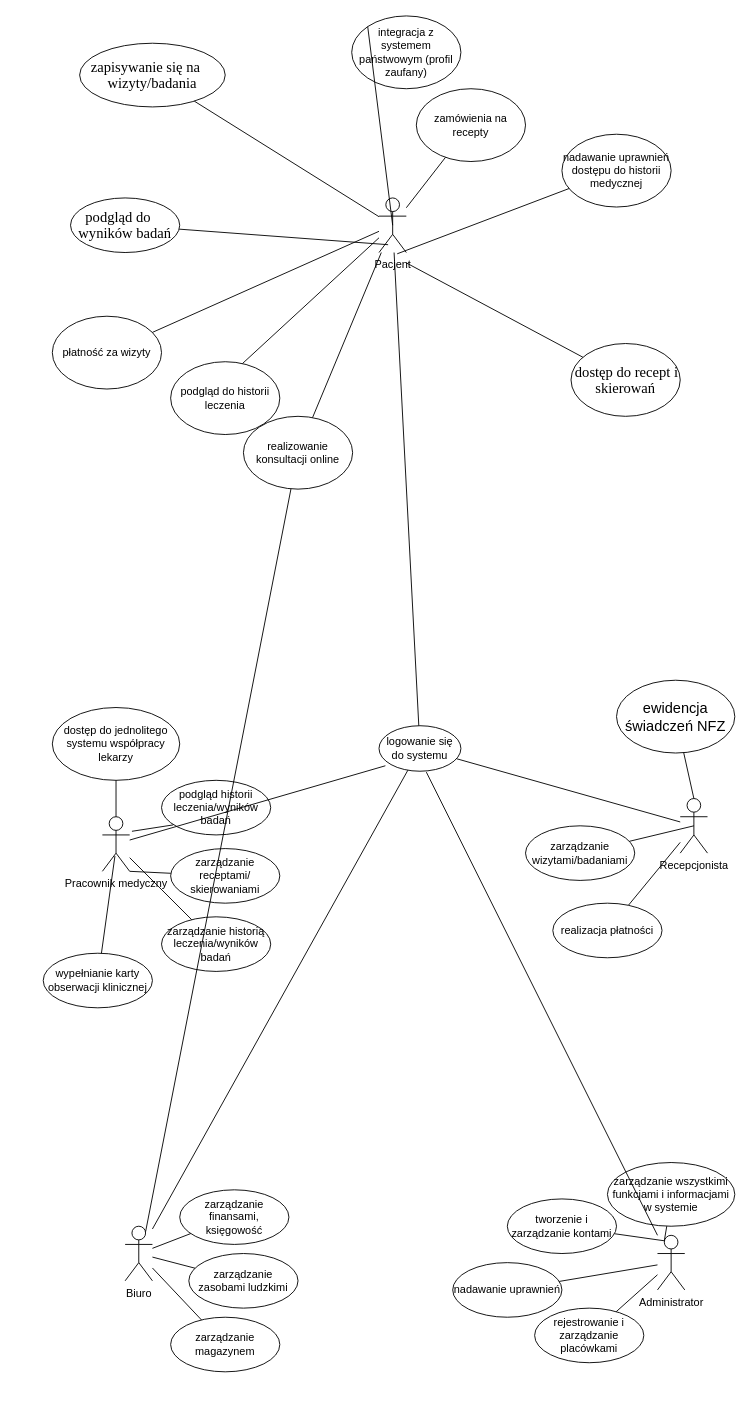
tschuyebuhl/tschuyebuhl.github.io keeps this draw.io diagram as IO lab 1 .drawio. Above is the earlier version. Source tidied: cells renumbered, new cells numbered last; positions are measured from the earlier drawing's top-left corner, leaving out a move shared by most shapes. Both pictures are drawn from the tidied source at 91%, with x=0, y=0 at pixel (43, 15).
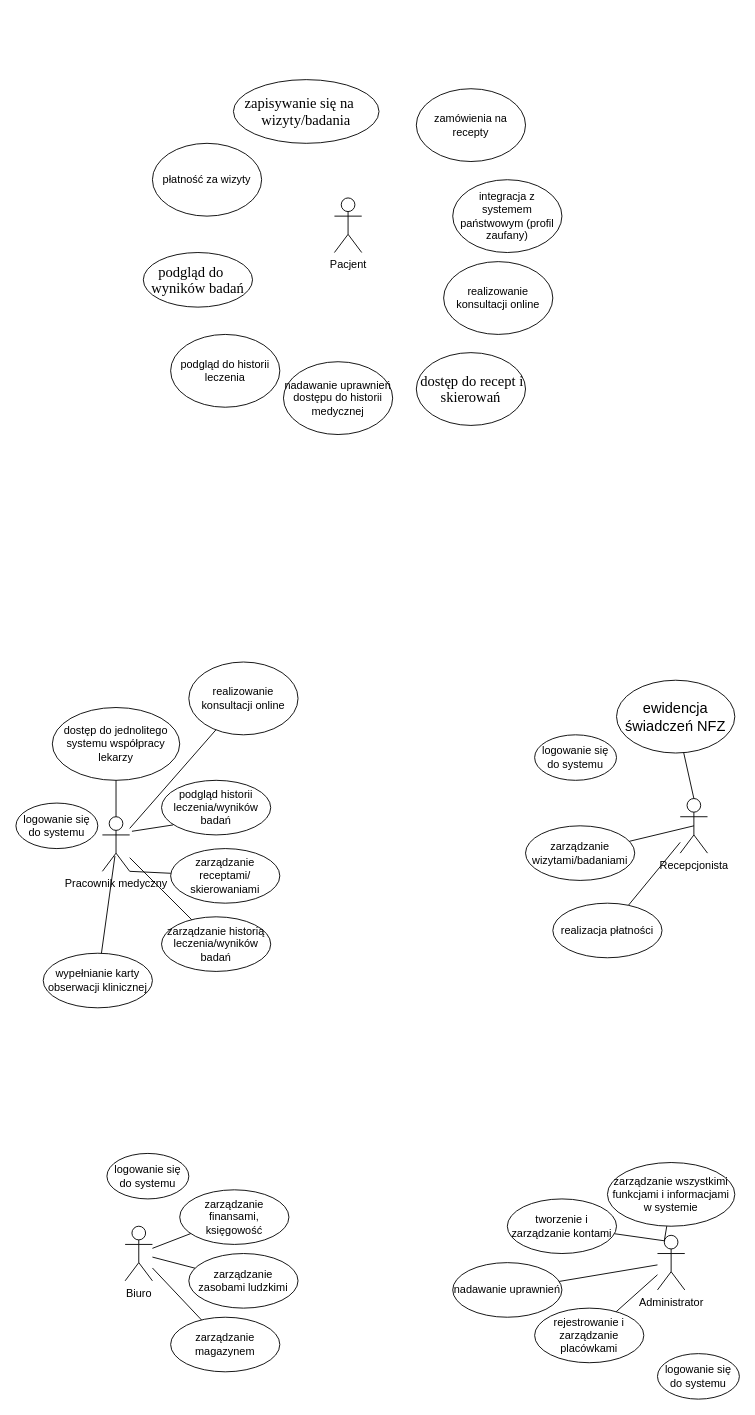
The same diagram, later.

Unchanged cells that the change refers to:
```xml
<mxCell id="2" value="Recepcjonista" style="shape=umlActor;verticalLabelPosition=bottom;verticalAlign=top;html=1;outlineConnect=0;" parent="1" vertex="1">
  <mxGeometry x="700" y="860" width="30" height="60" as="geometry" />
</mxCell>
<mxCell id="8" value="Pracownik medyczny&lt;br&gt;" style="shape=umlActor;verticalLabelPosition=bottom;verticalAlign=top;html=1;outlineConnect=0;" parent="1" vertex="1">
  <mxGeometry x="65" y="880" width="30" height="60" as="geometry" />
</mxCell>
<mxCell id="13" value="Administrator" style="shape=umlActor;verticalLabelPosition=bottom;verticalAlign=top;html=1;outlineConnect=0;" parent="1" vertex="1">
  <mxGeometry x="675" y="1340" width="30" height="60" as="geometry" />
</mxCell>
<mxCell id="18" value="Biuro" style="shape=umlActor;verticalLabelPosition=bottom;verticalAlign=top;html=1;outlineConnect=0;" parent="1" vertex="1">
  <mxGeometry x="90" y="1330" width="30" height="60" as="geometry" />
</mxCell>
<mxCell id="41" value="zamówienia na recepty" style="ellipse;whiteSpace=wrap;html=1;" parent="1" vertex="1">
  <mxGeometry x="410" y="80" width="120" height="80" as="geometry" />
</mxCell>
```

Change to the diagram source:
```diff
@@
     <mxCell id="3" value="logowanie się do systemu" style="ellipse;whiteSpace=wrap;html=1;" parent="1" vertex="1">
-      <mxGeometry x="369" y="780" width="90" height="50" as="geometry" />
+      <mxGeometry x="675" y="1470" width="90" height="50" as="geometry" />
     </mxCell>
-    <mxCell id="4" style="endArrow=none;html=1;rounded=0;" parent="1" edge="1" source="3" target="2">
-      <mxGeometry relative="1" as="geometry" />
-    </mxCell>
@@
-    <mxCell id="22" style="endArrow=none;html=1;rounded=0;entryX=0.078;entryY=0.88;entryDx=0;entryDy=0;entryPerimeter=0;" parent="1" edge="1" source="8" target="3">
-      <mxGeometry relative="1" as="geometry" />
-    </mxCell>
@@
-    <mxCell id="24" style="endArrow=none;html=1;rounded=0;" parent="1" edge="1" source="18" target="3">
-      <mxGeometry relative="1" as="geometry" />
-    </mxCell>
-    <mxCell id="25" style="endArrow=none;html=1;rounded=0;entryX=0.578;entryY=1.02;entryDx=0;entryDy=0;entryPerimeter=0;" parent="1" edge="1" source="13" target="3">
-      <mxGeometry relative="1" as="geometry" />
-    </mxCell>
@@
     <mxCell id="39" value="&lt;p class=&quot;MsoListParagraph&quot; style=&quot;text-indent: -18.0pt&quot;&gt;&lt;span style=&quot;font-size: 12.0pt ; line-height: 107% ; font-family: &amp;#34;symbol&amp;#34;&quot;&gt;&lt;span style=&quot;font-stretch: normal ; font-size: 7pt ; line-height: normal ; font-family: &amp;#34;times new roman&amp;#34;&quot;&gt;&amp;nbsp; &amp;nbsp;&amp;nbsp;&lt;/span&gt;&lt;/span&gt;&lt;span style=&quot;font-size: 12.0pt ; line-height: 107% ; font-family: &amp;#34;times new roman&amp;#34; , serif&quot;&gt;zapisywanie się na wizyty/badania&lt;/span&gt;&lt;/p&gt;" style="ellipse;whiteSpace=wrap;html=1;" parent="1" vertex="1">
-      <mxGeometry x="40" y="30" width="160" height="70" as="geometry" />
+      <mxGeometry x="209" y="70" width="160" height="70" as="geometry" />
     </mxCell>
     <mxCell id="40" value="&lt;p class=&quot;MsoListParagraph&quot; style=&quot;text-indent: -18.0pt&quot;&gt;&lt;span style=&quot;line-height: 107%&quot;&gt;&lt;span style=&quot;font-stretch: normal ; line-height: normal ; font-size: 16px&quot;&gt;&lt;font face=&quot;Symbol&quot;&gt;&amp;nbsp;&lt;/font&gt;&lt;/span&gt;&lt;span style=&quot;font-family: &amp;#34;times new roman&amp;#34; ; font-size: 7pt ; font-stretch: normal ; line-height: normal&quot;&gt; &amp;nbsp;&lt;/span&gt;&lt;/span&gt;&lt;span style=&quot;font-size: 12.0pt ; line-height: 107% ; font-family: &amp;#34;times new roman&amp;#34; , serif&quot;&gt;podgląd do wyników badań&lt;/span&gt;&lt;/p&gt;" style="ellipse;whiteSpace=wrap;html=1;" parent="1" vertex="1">
-      <mxGeometry x="30" y="200" width="120" height="60" as="geometry" />
+      <mxGeometry x="110" y="260" width="120" height="60" as="geometry" />
     </mxCell>
@@
     <mxCell id="42" value="płatność za wizyty" style="ellipse;whiteSpace=wrap;html=1;" parent="1" vertex="1">
-      <mxGeometry x="10" y="330" width="120" height="80" as="geometry" />
+      <mxGeometry x="120" y="140" width="120" height="80" as="geometry" />
     </mxCell>
     <mxCell id="43" value="integracja z systemem państwowym (profil zaufany)" style="ellipse;whiteSpace=wrap;html=1;" parent="1" vertex="1">
-      <mxGeometry x="339" width="120" height="80" as="geometry" />
+      <mxGeometry x="450" y="180" width="120" height="80" as="geometry" />
     </mxCell>
     <mxCell id="44" value="nadawanie uprawnień dostępu do historii medycznej" style="ellipse;whiteSpace=wrap;html=1;" parent="1" vertex="1">
-      <mxGeometry x="570" y="130" width="120" height="80" as="geometry" />
+      <mxGeometry x="264" y="380" width="120" height="80" as="geometry" />
     </mxCell>
     <mxCell id="45" value="&lt;p class=&quot;MsoListParagraph&quot; style=&quot;text-indent: -18.0pt&quot;&gt;&lt;span style=&quot;font-size: 12pt ; line-height: 107%&quot;&gt;&lt;font face=&quot;Symbol&quot;&gt;&amp;nbsp; &amp;nbsp; &amp;nbsp;&amp;nbsp;&lt;/font&gt;&lt;/span&gt;&lt;span style=&quot;font-size: 12.0pt ; line-height: 107% ; font-family: &amp;#34;times new roman&amp;#34; , serif&quot;&gt;dostęp do recept i skierowań&lt;/span&gt;&lt;/p&gt;" style="ellipse;whiteSpace=wrap;html=1;" parent="1" vertex="1">
-      <mxGeometry x="580" y="360" width="120" height="80" as="geometry" />
+      <mxGeometry x="410" y="370" width="120" height="80" as="geometry" />
     </mxCell>
     <mxCell id="46" value="podgląd do historii leczenia" style="ellipse;whiteSpace=wrap;html=1;" parent="1" vertex="1">
-      <mxGeometry x="140" y="380" width="120" height="80" as="geometry" />
+      <mxGeometry x="140" y="350" width="120" height="80" as="geometry" />
     </mxCell>
     <mxCell id="47" value="realizowanie konsultacji online" style="ellipse;whiteSpace=wrap;html=1;" parent="1" vertex="1">
-      <mxGeometry x="220" y="440" width="120" height="80" as="geometry" />
+      <mxGeometry x="160" y="710" width="120" height="80" as="geometry" />
     </mxCell>
     <mxCell id="48" value="Pacjent&lt;br&gt;" style="shape=umlActor;verticalLabelPosition=bottom;verticalAlign=top;html=1;outlineConnect=0;" parent="1" vertex="1">
-      <mxGeometry x="369" y="200" width="30" height="60" as="geometry" />
+      <mxGeometry x="320" y="200" width="30" height="60" as="geometry" />
     </mxCell>
-    <mxCell id="49" style="endArrow=none;html=1;rounded=0;" parent="1" edge="1" source="39" target="48">
-      <mxGeometry relative="1" as="geometry" />
-    </mxCell>
-    <mxCell id="50" style="endArrow=none;html=1;rounded=0;" parent="1" edge="1" source="40">
-      <mxGeometry relative="1" as="geometry">
-        <mxPoint x="379" y="251.4" as="targetPoint" />
-      </mxGeometry>
-    </mxCell>
-    <mxCell id="51" style="endArrow=none;html=1;rounded=0;" parent="1" edge="1" source="44">
-      <mxGeometry relative="1" as="geometry">
-        <mxPoint x="389" y="261.4" as="targetPoint" />
-      </mxGeometry>
-    </mxCell>
-    <mxCell id="52" style="endArrow=none;html=1;rounded=0;" parent="1" edge="1" source="45">
-      <mxGeometry relative="1" as="geometry">
-        <mxPoint x="399" y="271.4" as="targetPoint" />
-      </mxGeometry>
-    </mxCell>
-    <mxCell id="53" style="endArrow=none;html=1;rounded=0;exitX=0.658;exitY=0.025;exitDx=0;exitDy=0;exitPerimeter=0;" parent="1" edge="1" source="46" target="48">
-      <mxGeometry relative="1" as="geometry" />
-    </mxCell>
-    <mxCell id="54" style="endArrow=none;html=1;rounded=0;exitX=0;exitY=0;exitDx=0;exitDy=0;entryX=0.5;entryY=0.5;entryDx=0;entryDy=0;entryPerimeter=0;" parent="1" edge="1" source="43" target="48">
-      <mxGeometry relative="1" as="geometry" />
-    </mxCell>
-    <mxCell id="55" style="endArrow=none;html=1;rounded=0;" parent="1" edge="1" source="41" target="48">
-      <mxGeometry relative="1" as="geometry" />
-    </mxCell>
-    <mxCell id="56" style="endArrow=none;html=1;rounded=0;" parent="1" edge="1" source="42" target="48">
-      <mxGeometry relative="1" as="geometry" />
-    </mxCell>
-    <mxCell id="57" style="endArrow=none;html=1;rounded=0;" parent="1" edge="1" source="47" target="48">
-      <mxGeometry relative="1" as="geometry" />
-    </mxCell>
-    <mxCell id="58" style="endArrow=none;html=1;rounded=0;exitX=0.75;exitY=0.1;exitDx=0;exitDy=0;exitPerimeter=0;" parent="1" edge="1" source="18" target="47">
-      <mxGeometry relative="1" as="geometry" />
-    </mxCell>
@@
-    <mxCell id="61" style="endArrow=none;html=1;rounded=0;" parent="1" edge="1" source="3" target="48">
-      <mxGeometry relative="1" as="geometry" />
-    </mxCell>
+    <mxCell id="62" style="endArrow=none;html=1;rounded=0;fontFamily=Helvetica;" parent="1" edge="1" source="8" target="47">
+      <mxGeometry relative="1" as="geometry" />
+    </mxCell>
+    <mxCell id="63" value="realizowanie konsultacji online" style="ellipse;whiteSpace=wrap;html=1;" parent="1" vertex="1">
+      <mxGeometry x="440" y="270" width="120" height="80" as="geometry" />
+    </mxCell>
+    <mxCell id="64" value="logowanie się do systemu" style="ellipse;whiteSpace=wrap;html=1;" parent="1" vertex="1">
+      <mxGeometry x="70" y="1250" width="90" height="50" as="geometry" />
+    </mxCell>
+    <mxCell id="65" value="logowanie się do systemu" style="ellipse;whiteSpace=wrap;html=1;" parent="1" vertex="1">
+      <mxGeometry x="-30" y="865" width="90" height="50" as="geometry" />
+    </mxCell>
+    <mxCell id="66" value="logowanie się do systemu" style="ellipse;whiteSpace=wrap;html=1;" parent="1" vertex="1">
+      <mxGeometry x="540" y="790" width="90" height="50" as="geometry" />
+    </mxCell>
```
